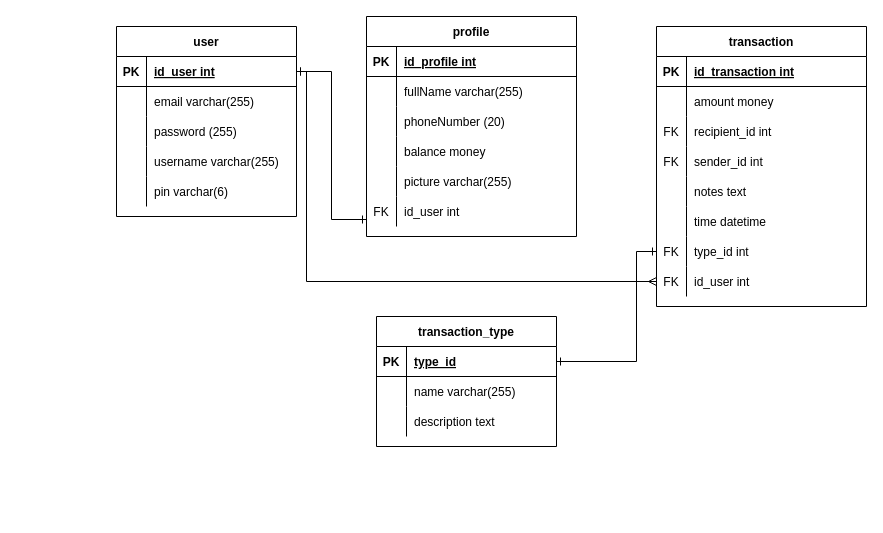
Earlier version of the draw.io diagram backendDiagram.drawio (pridantaraka/Backend-myewallet). Source tidied: cells renumbered, new cells numbered last; positions are measured from the earlier drawing's top-left corner, leaving out a move shared by most shapes. Both pictures are drawn from the tidied source at 100%, with x=0, y=0 at pixel (116, 16).
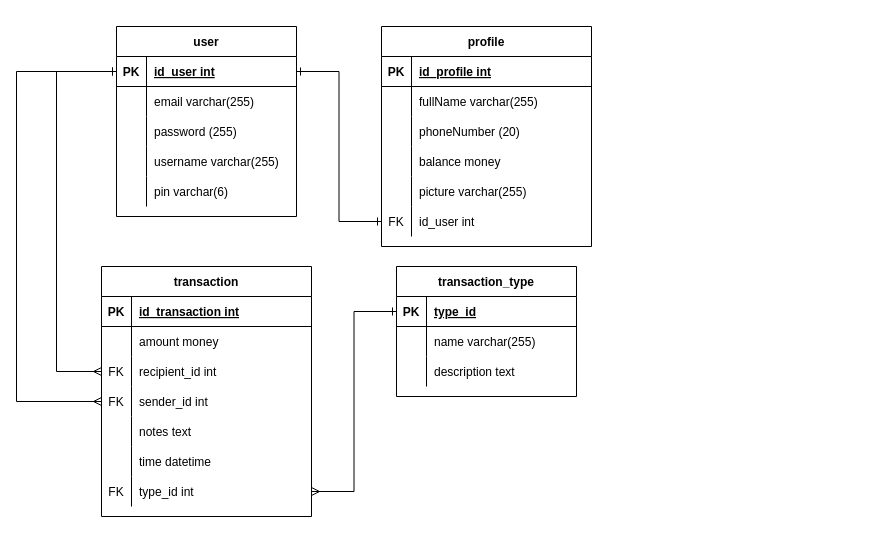
The same diagram, later.

The change refers to these unchanged cells:
```xml
<mxCell id="3" style="shape=tableRow;horizontal=0;startSize=0;swimlaneHead=0;swimlaneBody=0;fillColor=none;points=[[0,0.5],[1,0.5]];portConstraint=eastwest;top=0;left=0;right=0;bottom=1;" parent="2" vertex="1">
  <mxGeometry y="30" width="180" height="30" as="geometry" />
</mxCell>
<mxCell id="34" style="shape=tableRow;horizontal=0;startSize=0;swimlaneHead=0;swimlaneBody=0;fillColor=none;points=[[0,0.5],[1,0.5]];portConstraint=eastwest;top=0;left=0;right=0;bottom=0;" parent="18" vertex="1">
  <mxGeometry y="180" width="210" height="30" as="geometry" />
</mxCell>
<mxCell id="44" style="shape=tableRow;horizontal=0;startSize=0;swimlaneHead=0;swimlaneBody=0;fillColor=none;points=[[0,0.5],[1,0.5]];portConstraint=eastwest;top=0;left=0;right=0;bottom=0;" parent="37" vertex="1">
  <mxGeometry y="90" width="210" height="30" as="geometry" />
</mxCell>
<mxCell id="47" style="shape=tableRow;horizontal=0;startSize=0;swimlaneHead=0;swimlaneBody=0;fillColor=none;points=[[0,0.5],[1,0.5]];portConstraint=eastwest;top=0;left=0;right=0;bottom=0;" parent="37" vertex="1">
  <mxGeometry y="120" width="210" height="30" as="geometry" />
</mxCell>
<mxCell id="56" style="shape=tableRow;horizontal=0;startSize=0;swimlaneHead=0;swimlaneBody=0;fillColor=none;points=[[0,0.5],[1,0.5]];portConstraint=eastwest;top=0;left=0;right=0;bottom=0;" parent="37" vertex="1">
  <mxGeometry y="210" width="210" height="30" as="geometry" />
</mxCell>
<mxCell id="63" style="shape=tableRow;horizontal=0;startSize=0;swimlaneHead=0;swimlaneBody=0;fillColor=none;points=[[0,0.5],[1,0.5]];portConstraint=eastwest;top=0;left=0;right=0;bottom=1;" parent="62" vertex="1">
  <mxGeometry y="30" width="180" height="30" as="geometry" />
</mxCell>
```

The edit, as a diff of the source:
```diff
@@
     <mxCell id="18" value="profile" style="shape=table;startSize=30;childLayout=tableLayout;rowLines=0;fontStyle=1;align=center;" parent="1" vertex="1">
-      <mxGeometry x="250" width="210" height="220" as="geometry" />
+      <mxGeometry x="265" y="10" width="210" height="220" as="geometry" />
     </mxCell>
@@
     <mxCell id="37" value="transaction" style="shape=table;startSize=30;childLayout=tableLayout;rowLines=0;fontStyle=1;align=center;" parent="1" vertex="1">
-      <mxGeometry x="540" y="10" width="210" height="280" as="geometry" />
+      <mxGeometry x="-15" y="250" width="210" height="250" as="geometry" />
     </mxCell>
@@
-    <mxCell id="59" style="shape=tableRow;horizontal=0;startSize=0;swimlaneHead=0;swimlaneBody=0;fillColor=none;points=[[0,0.5],[1,0.5]];portConstraint=eastwest;top=0;left=0;right=0;bottom=0;" parent="37" vertex="1">
-      <mxGeometry y="240" width="210" height="30" as="geometry" />
-    </mxCell>
-    <mxCell id="60" value="FK" style="shape=partialRectangle;fillColor=none;top=0;left=0;bottom=0;right=0;overflow=hidden;" parent="59" vertex="1">
-      <mxGeometry width="30" height="30" as="geometry" />
-    </mxCell>
-    <mxCell id="61" value="id_user int" style="shape=partialRectangle;fillColor=none;top=0;left=0;bottom=0;right=0;align=left;spacingLeft=6;overflow=hidden;" parent="59" vertex="1">
-      <mxGeometry x="30" width="180" height="30" as="geometry" />
-    </mxCell>
     <mxCell id="62" value="transaction_type" style="shape=table;startSize=30;childLayout=tableLayout;rowLines=0;fontStyle=1;align=center;" parent="1" vertex="1">
-      <mxGeometry x="260" y="300" width="180" height="130" as="geometry" />
+      <mxGeometry x="280" y="250" width="180" height="130" as="geometry" />
     </mxCell>
@@
+    <mxCell id="73" style="edgeStyle=orthogonalEdgeStyle;rounded=0;jettySize=auto;html=1;entryX=0;entryY=0.5;entryDx=0;entryDy=0;startArrow=ERone;startFill=0;endArrow=ERone;endFill=0;" parent="1" edge="1" source="3" target="34">
+      <mxGeometry relative="1" as="geometry" />
+    </mxCell>
-    <mxCell id="72" style="edgeStyle=orthogonalEdgeStyle;rounded=0;jettySize=auto;html=1;startArrow=ERone;startFill=0;endArrow=ERone;endFill=0;exitX=1;exitY=0.5;exitDx=0;exitDy=0;" parent="1" edge="1" source="63" target="56">
-      <mxGeometry relative="1" as="geometry">
-        <Array as="points">
-          <mxPoint x="520" y="345" />
-          <mxPoint x="520" y="235" />
-        </Array>
-      </mxGeometry>
+    <mxCell id="72" style="edgeStyle=orthogonalEdgeStyle;rounded=0;jettySize=auto;html=1;entryX=1;entryY=0.5;entryDx=0;entryDy=0;endArrow=ERmany;endFill=0;startArrow=ERone;startFill=0;" parent="1" edge="1" source="63" target="56">
+      <mxGeometry relative="1" as="geometry" />
     </mxCell>
-    <mxCell id="73" style="edgeStyle=orthogonalEdgeStyle;rounded=0;jettySize=auto;html=1;entryX=0;entryY=0.767;entryDx=0;entryDy=0;entryPerimeter=0;startArrow=ERone;startFill=0;endArrow=ERone;endFill=0;" parent="1" edge="1" source="3" target="34">
-      <mxGeometry relative="1" as="geometry" />
-    </mxCell>
-    <mxCell id="74" style="edgeStyle=orthogonalEdgeStyle;rounded=0;jettySize=auto;html=1;entryX=0;entryY=0.5;entryDx=0;entryDy=0;startArrow=ERone;startFill=0;endArrow=ERmany;endFill=0;" parent="1" edge="1" source="3" target="59">
-      <mxGeometry relative="1" as="geometry">
-        <Array as="points">
-          <mxPoint x="190" y="55" />
-          <mxPoint x="190" y="265" />
-        </Array>
-      </mxGeometry>
-    </mxCell>
+    <mxCell id="75" style="edgeStyle=orthogonalEdgeStyle;rounded=0;jettySize=auto;html=1;entryX=0;entryY=0.5;entryDx=0;entryDy=0;startArrow=ERone;startFill=0;endArrow=ERmany;endFill=0;" parent="1" edge="1" source="3" target="44">
+      <mxGeometry relative="1" as="geometry">
+        <Array as="points">
+          <mxPoint x="-60" y="55" />
+          <mxPoint x="-60" y="355" />
+        </Array>
+      </mxGeometry>
+    </mxCell>
+    <mxCell id="76" style="edgeStyle=orthogonalEdgeStyle;rounded=0;jettySize=auto;html=1;entryX=0;entryY=0.5;entryDx=0;entryDy=0;startArrow=ERone;startFill=0;endArrow=ERmany;endFill=0;" parent="1" edge="1" source="3" target="47">
+      <mxGeometry relative="1" as="geometry">
+        <Array as="points">
+          <mxPoint x="-100" y="55" />
+          <mxPoint x="-100" y="385" />
+        </Array>
+      </mxGeometry>
+    </mxCell>
```
